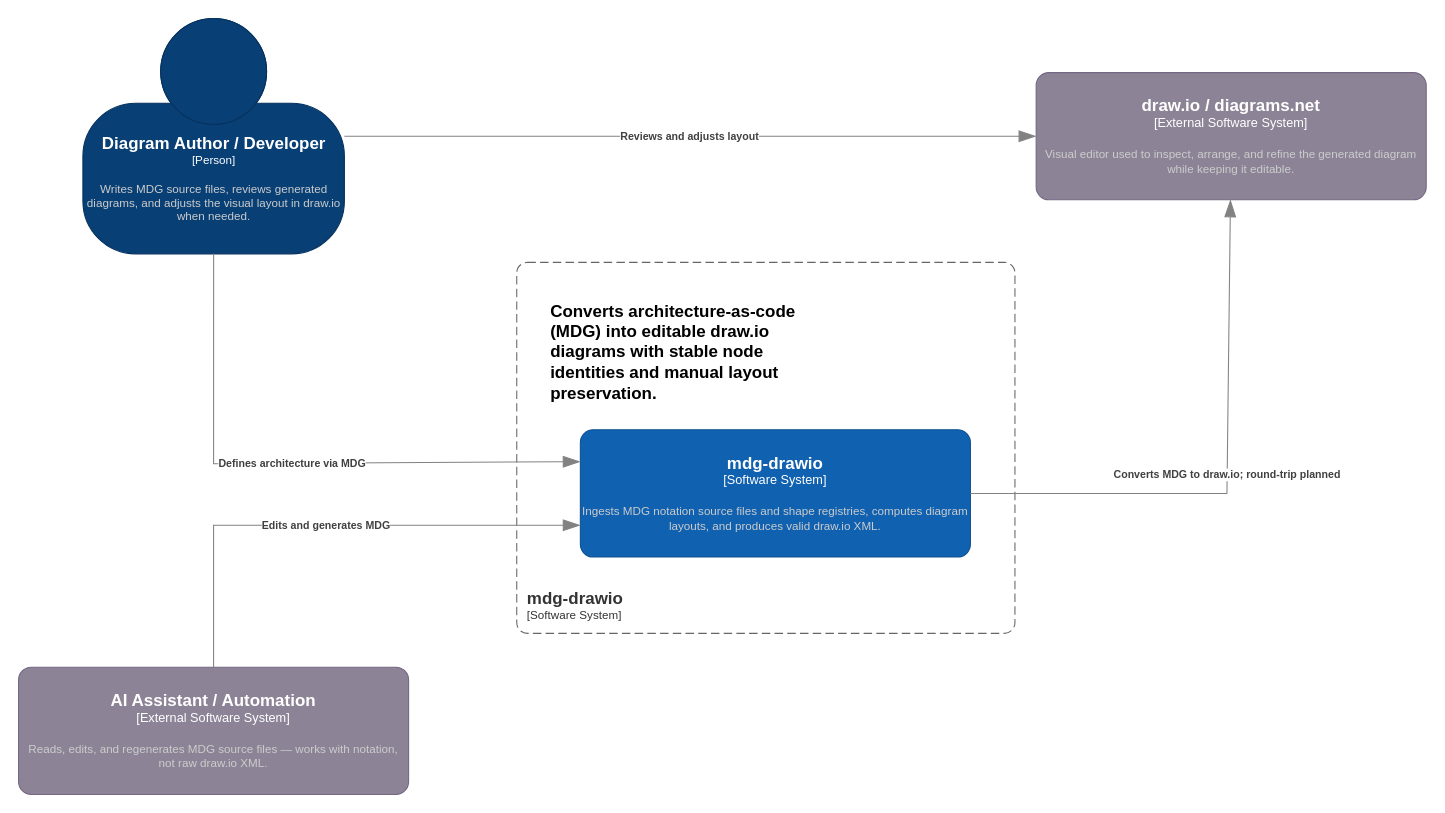
The draw.io diagram page "Context" (1 of 3) of docs/architecture/c4_architecture.drawio in gustavw/mdg-drawio, before the edit. Source tidied: cells renumbered, new cells numbered last; positions are measured from the earlier drawing's top-left corner, leaving out a move shared by most shapes. Both pictures are drawn from the tidied source at 106%, with x=0, y=0 at pixel (18, 18).
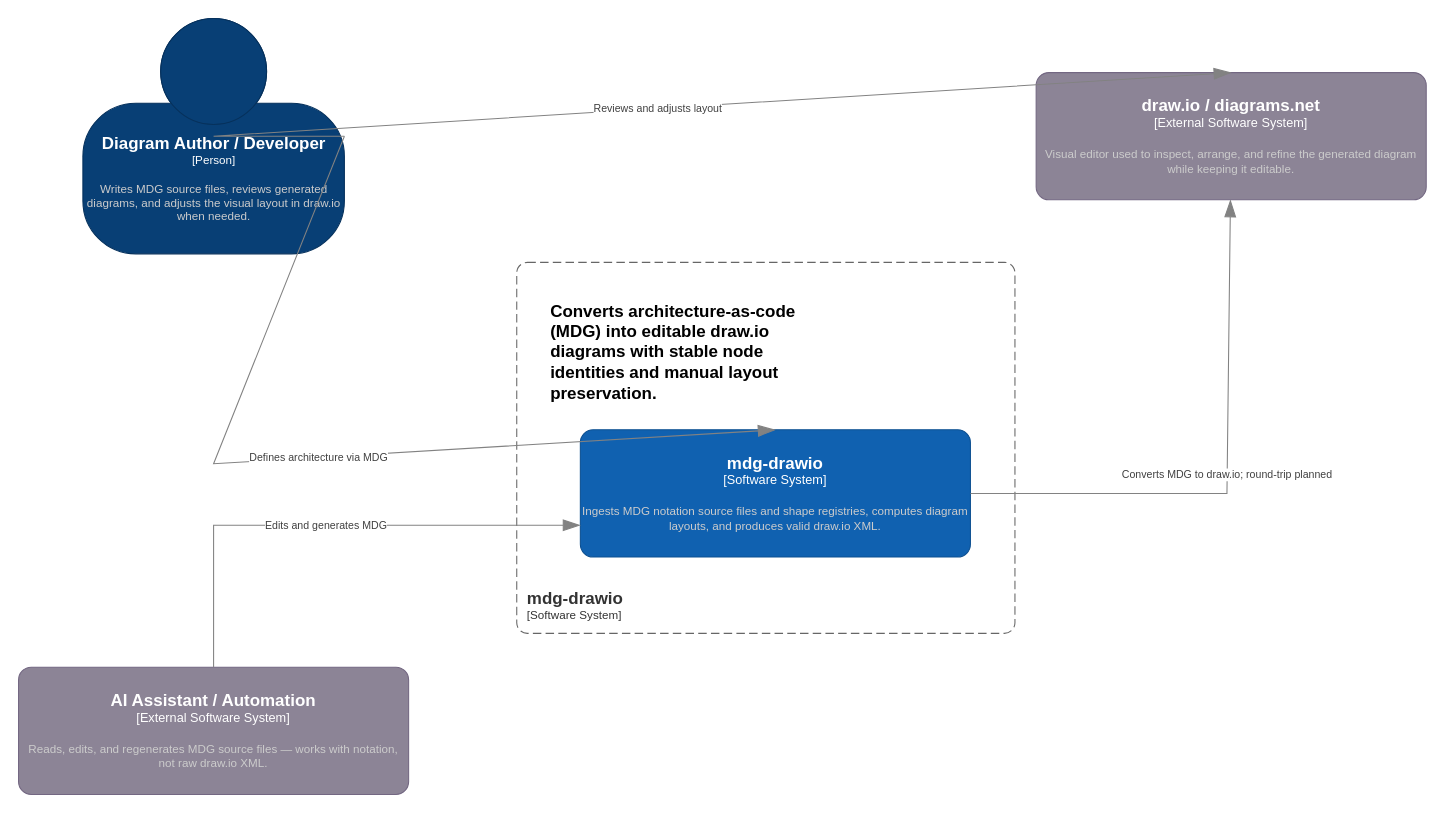
After the change.

Unchanged cells that the change refers to:
```xml
<object id="4" label="&lt;font style=&quot;font-size: 16px&quot;&gt;&lt;b&gt;%c4Name%&lt;/b&gt;&lt;/font&gt;&lt;div&gt;[%c4Type%]&lt;/div&gt;&lt;br&gt;&lt;div&gt;&lt;font style=&quot;font-size: 11px&quot;&gt;&lt;font color=&quot;#cccccc&quot;&gt;%c4Description%&lt;/font&gt;&lt;/div&gt;" c4Description="Ingests MDG notation source files and shape registries, computes diagram layouts, and produces valid draw.io XML." c4Name="mdg-drawio" c4Type="Software System" placeholders="1">
  <mxCell style="rounded=1;whiteSpace=wrap;html=1;labelBackgroundColor=none;fillColor=#1061B0;fontColor=#ffffff;align=center;arcSize=10;strokeColor=#0D5091;points=[[0.25,0,0],[0.5,0,0],[0.75,0,0],[1,0.25,0],[1,0.5,0],[1,0.75,0],[0.75,1,0],[0.5,1,0],[0.25,1,0],[0,0.75,0],[0,0.5,0],[0,0.25,0]];" parent="2" vertex="1">
    <mxGeometry x="60" y="158" width="368" height="120" as="geometry" />
  </mxCell>
</object>
<object id="5" label="&lt;font style=&quot;font-size: 16px&quot;&gt;&lt;b&gt;%c4Name%&lt;/b&gt;&lt;/font&gt;&lt;div&gt;[%c4Type%]&lt;/div&gt;&lt;br&gt;&lt;div&gt;&lt;font style=&quot;font-size: 11px&quot;&gt;&lt;font color=&quot;#cccccc&quot;&gt;%c4Description%&lt;/font&gt;&lt;/div&gt;" c4Description="Writes MDG source files, reviews generated diagrams, and adjusts the visual layout in draw.io when needed." c4Name="Diagram Author / Developer" c4Type="Person" placeholders="1">
  <mxCell style="html=1;fontSize=11;dashed=0;whiteSpace=wrap;fillColor=#083F75;strokeColor=#06315C;fontColor=#ffffff;shape=mxgraph.c4.person2;align=center;points=[[0.5,0,0],[1,0.5,0],[1,0.75,0],[0.75,1,0],[0.5,1,0],[0.25,1,0],[0,0.75,0],[0,0.5,0]];" parent="1" vertex="1">
    <mxGeometry x="60.7" width="246.7" height="222" as="geometry" />
  </mxCell>
</object>
<object id="6" label="&lt;font style=&quot;font-size: 16px&quot;&gt;&lt;b&gt;%c4Name%&lt;/b&gt;&lt;/font&gt;&lt;div&gt;[%c4Type%]&lt;/div&gt;&lt;br&gt;&lt;div&gt;&lt;font style=&quot;font-size: 11px&quot;&gt;&lt;font color=&quot;#cccccc&quot;&gt;%c4Description%&lt;/font&gt;&lt;/div&gt;" c4Description="Reads, edits, and regenerates MDG source files — works with notation, not raw draw.io XML." c4Name="AI Assistant / Automation" c4Type="External Software System" placeholders="1">
  <mxCell style="rounded=1;whiteSpace=wrap;html=1;labelBackgroundColor=none;fillColor=#8C8496;fontColor=#ffffff;align=center;arcSize=10;strokeColor=#736782;points=[[0.25,0,0],[0.5,0,0],[0.75,0,0],[1,0.25,0],[1,0.5,0],[1,0.75,0],[0.75,1,0],[0.5,1,0],[0.25,1,0],[0,0.75,0],[0,0.5,0],[0,0.25,0]];" parent="1" vertex="1">
    <mxGeometry y="612" width="368" height="120" as="geometry" />
  </mxCell>
</object>
<object id="7" label="&lt;font style=&quot;font-size: 16px&quot;&gt;&lt;b&gt;%c4Name%&lt;/b&gt;&lt;/font&gt;&lt;div&gt;[%c4Type%]&lt;/div&gt;&lt;br&gt;&lt;div&gt;&lt;font style=&quot;font-size: 11px&quot;&gt;&lt;font color=&quot;#cccccc&quot;&gt;%c4Description%&lt;/font&gt;&lt;/div&gt;" c4Description="Visual editor used to inspect, arrange, and refine the generated diagram while keeping it editable." c4Name="draw.io / diagrams.net" c4Type="External Software System" placeholders="1">
  <mxCell style="rounded=1;whiteSpace=wrap;html=1;labelBackgroundColor=none;fillColor=#8C8496;fontColor=#ffffff;align=center;arcSize=10;strokeColor=#736782;points=[[0.25,0,0],[0.5,0,0],[0.75,0,0],[1,0.25,0],[1,0.5,0],[1,0.75,0],[0.75,1,0],[0.5,1,0],[0.25,1,0],[0,0.75,0],[0,0.5,0],[0,0.25,0]];" parent="1" vertex="1">
    <mxGeometry x="960" y="51" width="368" height="120" as="geometry" />
  </mxCell>
</object>
```

What changed in the source:
```diff
@@
-    <object id="8" label="&lt;div style=&quot;text-align: left&quot;&gt;&lt;div style=&quot;text-align: center&quot;&gt;&lt;b&gt;%c4Description%&lt;/b&gt;&lt;/div&gt;" c4Description="Defines architecture via MDG" placeholders="1">
-      <mxCell style="endArrow=blockThin;html=1;fontSize=10;fontColor=#404040;strokeWidth=1;endFill=1;strokeColor=#828282;endSize=14;startSize=14;jumpStyle=arc;jumpSize=16;rounded=0;entryX=0;entryY=0.25;" parent="1" edge="1" source="5" target="4">
-        <mxGeometry relative="1" as="geometry">
-          <Array as="points">
-            <mxPoint x="184" y="420" />
-          </Array>
-        </mxGeometry>
-      </mxCell>
-    </object>
+    <mxCell id="8" value="Defines architecture via MDG" style="endArrow=blockThin;html=1;fontSize=10;fontColor=#404040;strokeWidth=1;endFill=1;strokeColor=#828282;endSize=14;startSize=14;jumpStyle=arc;jumpSize=16;rounded=0;entryX=0;entryY=0.25;exitX=1.0;exitY=0.5;entryX=0.5;entryY=0.0;" parent="1" edge="1" source="5" target="4">
+      <mxGeometry relative="1" as="geometry">
+        <Array as="points">
+          <mxPoint x="184" y="420" />
+        </Array>
+      </mxGeometry>
+    </mxCell>
-    <object id="9" label="&lt;div style=&quot;text-align: left&quot;&gt;&lt;div style=&quot;text-align: center&quot;&gt;&lt;b&gt;%c4Description%&lt;/b&gt;&lt;/div&gt;" c4Description="Reviews and adjusts layout" placeholders="1">
-      <mxCell style="endArrow=blockThin;html=1;fontSize=10;fontColor=#404040;strokeWidth=1;endFill=1;strokeColor=#828282;endSize=14;startSize=14;jumpStyle=arc;jumpSize=16;rounded=0;" parent="1" edge="1" source="5" target="7">
-        <mxGeometry relative="1" as="geometry" />
-      </mxCell>
-    </object>
+    <mxCell id="9" value="Reviews and adjusts layout" style="endArrow=blockThin;html=1;fontSize=10;fontColor=#404040;strokeWidth=1;endFill=1;strokeColor=#828282;endSize=14;startSize=14;jumpStyle=arc;jumpSize=16;rounded=0;exitX=1.0;exitY=0.5;entryX=0.5;entryY=0.0;" parent="1" edge="1" source="5" target="7">
+      <mxGeometry relative="1" as="geometry">
+        <Array as="points">
+          <mxPoint x="184" y="111" />
+        </Array>
+      </mxGeometry>
+    </mxCell>
-    <object id="10" label="&lt;div style=&quot;text-align: left&quot;&gt;&lt;div style=&quot;text-align: center&quot;&gt;&lt;b&gt;%c4Description%&lt;/b&gt;&lt;/div&gt;" c4Description="Edits and generates MDG" placeholders="1">
-      <mxCell style="endArrow=blockThin;html=1;fontSize=10;fontColor=#404040;strokeWidth=1;endFill=1;strokeColor=#828282;endSize=14;startSize=14;jumpStyle=arc;jumpSize=16;rounded=0;entryX=0;entryY=0.75;" parent="1" edge="1" source="6" target="4">
-        <mxGeometry relative="1" as="geometry">
-          <Array as="points">
-            <mxPoint x="184" y="478" />
-          </Array>
-        </mxGeometry>
-      </mxCell>
-    </object>
+    <mxCell id="10" value="Edits and generates MDG" style="endArrow=blockThin;html=1;fontSize=10;fontColor=#404040;strokeWidth=1;endFill=1;strokeColor=#828282;endSize=14;startSize=14;jumpStyle=arc;jumpSize=16;rounded=0;entryX=0;entryY=0.75;" parent="1" edge="1" source="6" target="4">
+      <mxGeometry relative="1" as="geometry">
+        <Array as="points">
+          <mxPoint x="184" y="478" />
+        </Array>
+      </mxGeometry>
+    </mxCell>
-    <object id="11" label="&lt;div style=&quot;text-align: left&quot;&gt;&lt;div style=&quot;text-align: center&quot;&gt;&lt;b&gt;%c4Description%&lt;/b&gt;&lt;/div&gt;" c4Description="Converts MDG to draw.io; round-trip planned" placeholders="1">
-      <mxCell style="endArrow=blockThin;html=1;fontSize=10;fontColor=#404040;strokeWidth=1;endFill=1;strokeColor=#828282;endSize=14;startSize=14;jumpStyle=arc;jumpSize=16;rounded=0;" parent="1" edge="1" source="4" target="7">
-        <mxGeometry relative="1" as="geometry">
-          <Array as="points">
-            <mxPoint x="1140" y="448" />
-          </Array>
-        </mxGeometry>
-      </mxCell>
-    </object>
+    <mxCell id="11" value="Converts MDG to draw.io; round-trip planned" style="endArrow=blockThin;html=1;fontSize=10;fontColor=#404040;strokeWidth=1;endFill=1;strokeColor=#828282;endSize=14;startSize=14;jumpStyle=arc;jumpSize=16;rounded=0;" parent="1" edge="1" source="4" target="7">
+      <mxGeometry relative="1" as="geometry">
+        <Array as="points">
+          <mxPoint x="1140" y="448" />
+        </Array>
+      </mxGeometry>
+    </mxCell>
```
